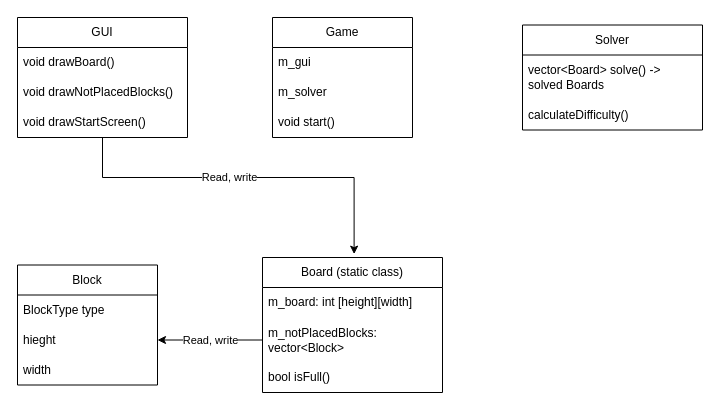
Earlier version of the draw.io diagram UML-Diagramm.drawio (philippgehrig/Mondrian-Blocks). Source tidied: cells renumbered, new cells numbered last; positions are measured from the earlier drawing's top-left corner, leaving out a move shared by most shapes. Both pictures are drawn from the tidied source at 100%, with x=0, y=0 at pixel (17, 17).
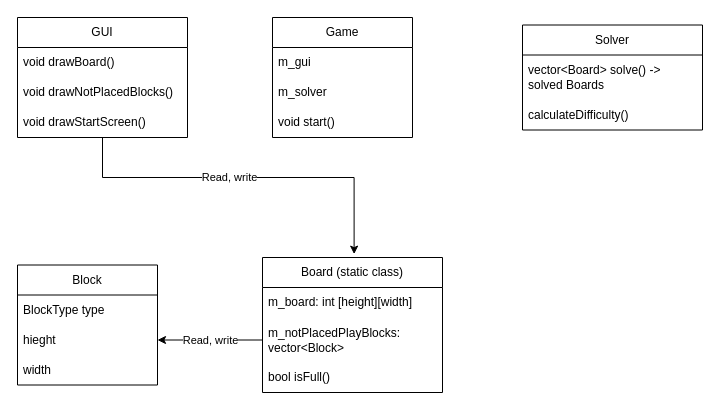
The same page after the edit.

The change refers to these unchanged cells:
```xml
<mxCell id="6" value="Board (static class)" style="swimlane;fontStyle=0;horizontal=1;startSize=30;whiteSpace=wrap;html=1;" parent="1" vertex="1">
  <mxGeometry x="245" y="240" width="180" height="135" as="geometry" />
</mxCell>
```

Diff of the diagram source:
```diff
@@
-    <mxCell id="8" value="m_notPlacedBlocks: vector&amp;lt;Block&amp;gt;" style="text;strokeColor=none;fillColor=none;align=left;verticalAlign=middle;spacingLeft=4;spacingRight=4;overflow=hidden;points=[[0,0.5],[1,0.5]];portConstraint=eastwest;whiteSpace=wrap;html=1;perimeterSpacing=0;" parent="6" vertex="1">
+    <mxCell id="8" value="m_notPlacedPlayBlocks: vector&amp;lt;Block&amp;gt;" style="text;strokeColor=none;fillColor=none;align=left;verticalAlign=middle;spacingLeft=4;spacingRight=4;overflow=hidden;points=[[0,0.5],[1,0.5]];portConstraint=eastwest;whiteSpace=wrap;html=1;perimeterSpacing=0;" parent="6" vertex="1">
       <mxGeometry y="60" width="180" height="45" as="geometry" />
     </mxCell>
```
